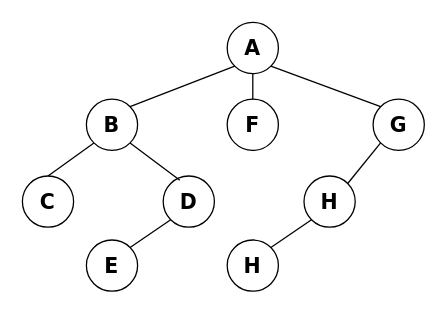
The draw.io diagram images/images_code/drawio/c/tree2bin1.drawio in Jiaraneatswhat/ob_note, before the edit. Source tidied: cells renumbered, new cells numbered last; positions are measured from the earlier drawing's top-left corner, leaving out a move shared by most shapes. Both pictures are drawn from the tidied source at 128%, with x=0, y=0 at pixel (22, 22).
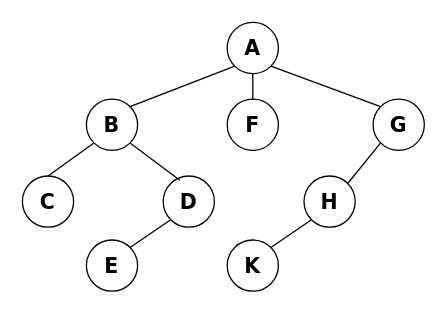
After the change.

The edit, as a diff of the source:
```diff
@@
 <mxGraphModel>
   <root>
     <mxCell id="0" />
     <mxCell id="1" parent="0" />
     <mxCell id="2" value="&lt;b&gt;&lt;font style=&quot;font-size: 16px;&quot; face=&quot;Verdana&quot;&gt;A&lt;/font&gt;&lt;/b&gt;" style="ellipse;whiteSpace=wrap;html=1;" parent="1" vertex="1">
       <mxGeometry x="160" width="40" height="40" as="geometry" />
     </mxCell>
     <mxCell id="3" value="&lt;b&gt;&lt;font style=&quot;font-size: 16px;&quot; face=&quot;Verdana&quot;&gt;B&lt;/font&gt;&lt;/b&gt;" style="ellipse;whiteSpace=wrap;html=1;" parent="1" vertex="1">
       <mxGeometry x="50" y="60" width="40" height="40" as="geometry" />
     </mxCell>
     <mxCell id="4" value="&lt;b&gt;&lt;font style=&quot;font-size: 16px;&quot; face=&quot;Verdana&quot;&gt;G&lt;/font&gt;&lt;/b&gt;" style="ellipse;whiteSpace=wrap;html=1;" parent="1" vertex="1">
       <mxGeometry x="274" y="60" width="40" height="40" as="geometry" />
     </mxCell>
     <mxCell id="5" value="&lt;b&gt;&lt;font style=&quot;font-size: 16px;&quot; face=&quot;Verdana&quot;&gt;C&lt;/font&gt;&lt;/b&gt;" style="ellipse;whiteSpace=wrap;html=1;" parent="1" vertex="1">
       <mxGeometry y="120" width="40" height="40" as="geometry" />
     </mxCell>
     <mxCell id="6" value="&lt;b&gt;&lt;font style=&quot;font-size: 16px;&quot; face=&quot;Verdana&quot;&gt;D&lt;/font&gt;&lt;/b&gt;" style="ellipse;whiteSpace=wrap;html=1;" parent="1" vertex="1">
       <mxGeometry x="110" y="120" width="40" height="40" as="geometry" />
     </mxCell>
     <mxCell id="7" value="&lt;b&gt;&lt;font style=&quot;font-size: 16px;&quot; face=&quot;Verdana&quot;&gt;H&lt;/font&gt;&lt;/b&gt;" style="ellipse;whiteSpace=wrap;html=1;" parent="1" vertex="1">
       <mxGeometry x="220" y="120" width="40" height="40" as="geometry" />
     </mxCell>
     <mxCell id="8" style="endArrow=none;html=1;rounded=0;exitX=0;exitY=1;exitDx=0;exitDy=0;entryX=1;entryY=0;entryDx=0;entryDy=0;" parent="1" edge="1" source="2" target="3">
       <mxGeometry relative="1" as="geometry" />
     </mxCell>
     <mxCell id="9" style="endArrow=none;html=1;rounded=0;exitX=0;exitY=1;exitDx=0;exitDy=0;entryX=0.5;entryY=0;entryDx=0;entryDy=0;" parent="1" edge="1" source="3" target="5">
       <mxGeometry relative="1" as="geometry" />
     </mxCell>
     <mxCell id="10" style="endArrow=none;html=1;rounded=0;exitX=1;exitY=1;exitDx=0;exitDy=0;entryX=0.325;entryY=0.083;entryDx=0;entryDy=0;entryPerimeter=0;" parent="1" edge="1" source="3" target="6">
       <mxGeometry relative="1" as="geometry" />
     </mxCell>
     <mxCell id="11" style="endArrow=none;html=1;rounded=0;exitX=1;exitY=1;exitDx=0;exitDy=0;entryX=0;entryY=0;entryDx=0;entryDy=0;" parent="1" edge="1" source="2" target="4">
       <mxGeometry relative="1" as="geometry" />
     </mxCell>
     <mxCell id="12" style="endArrow=none;startArrow=none;html=1;rounded=0;exitX=1;exitY=0;exitDx=0;exitDy=0;entryX=0;entryY=1;entryDx=0;entryDy=0;startFill=0;endFill=0;" parent="1" edge="1" source="7" target="4">
       <mxGeometry relative="1" as="geometry" />
     </mxCell>
     <mxCell id="13" value="&lt;b&gt;&lt;font style=&quot;font-size: 16px;&quot; face=&quot;Verdana&quot;&gt;E&lt;/font&gt;&lt;/b&gt;" style="ellipse;whiteSpace=wrap;html=1;" parent="1" vertex="1">
       <mxGeometry x="50" y="170" width="40" height="40" as="geometry" />
     </mxCell>
     <mxCell id="14" style="endArrow=none;html=1;rounded=0;exitX=0;exitY=1;exitDx=0;exitDy=0;entryX=1;entryY=0;entryDx=0;entryDy=0;" parent="1" edge="1" source="6" target="13">
       <mxGeometry relative="1" as="geometry" />
     </mxCell>
-    <mxCell id="15" value="&lt;b&gt;&lt;font style=&quot;font-size: 16px;&quot; face=&quot;Verdana&quot;&gt;H&lt;/font&gt;&lt;/b&gt;" style="ellipse;whiteSpace=wrap;html=1;" parent="1" vertex="1">
+    <mxCell id="15" value="&lt;b&gt;&lt;font style=&quot;font-size: 16px;&quot; face=&quot;Verdana&quot;&gt;K&lt;/font&gt;&lt;/b&gt;" style="ellipse;whiteSpace=wrap;html=1;" parent="1" vertex="1">
       <mxGeometry x="160" y="170" width="40" height="40" as="geometry" />
     </mxCell>
     <mxCell id="16" style="endArrow=none;html=1;rounded=0;exitX=0;exitY=1;exitDx=0;exitDy=0;entryX=1;entryY=0;entryDx=0;entryDy=0;" parent="1" edge="1" source="7" target="15">
       <mxGeometry relative="1" as="geometry" />
     </mxCell>
     <mxCell id="17" value="&lt;b&gt;&lt;font style=&quot;font-size: 16px;&quot; face=&quot;Verdana&quot;&gt;F&lt;/font&gt;&lt;/b&gt;" style="ellipse;whiteSpace=wrap;html=1;" parent="1" vertex="1">
       <mxGeometry x="160" y="60" width="40" height="40" as="geometry" />
     </mxCell>
     <mxCell id="18" style="endArrow=none;html=1;rounded=0;exitX=0.5;exitY=1;exitDx=0;exitDy=0;entryX=0.5;entryY=0;entryDx=0;entryDy=0;" parent="1" edge="1" source="2" target="17">
       <mxGeometry relative="1" as="geometry" />
     </mxCell>
   </root>
 </mxGraphModel>
```
